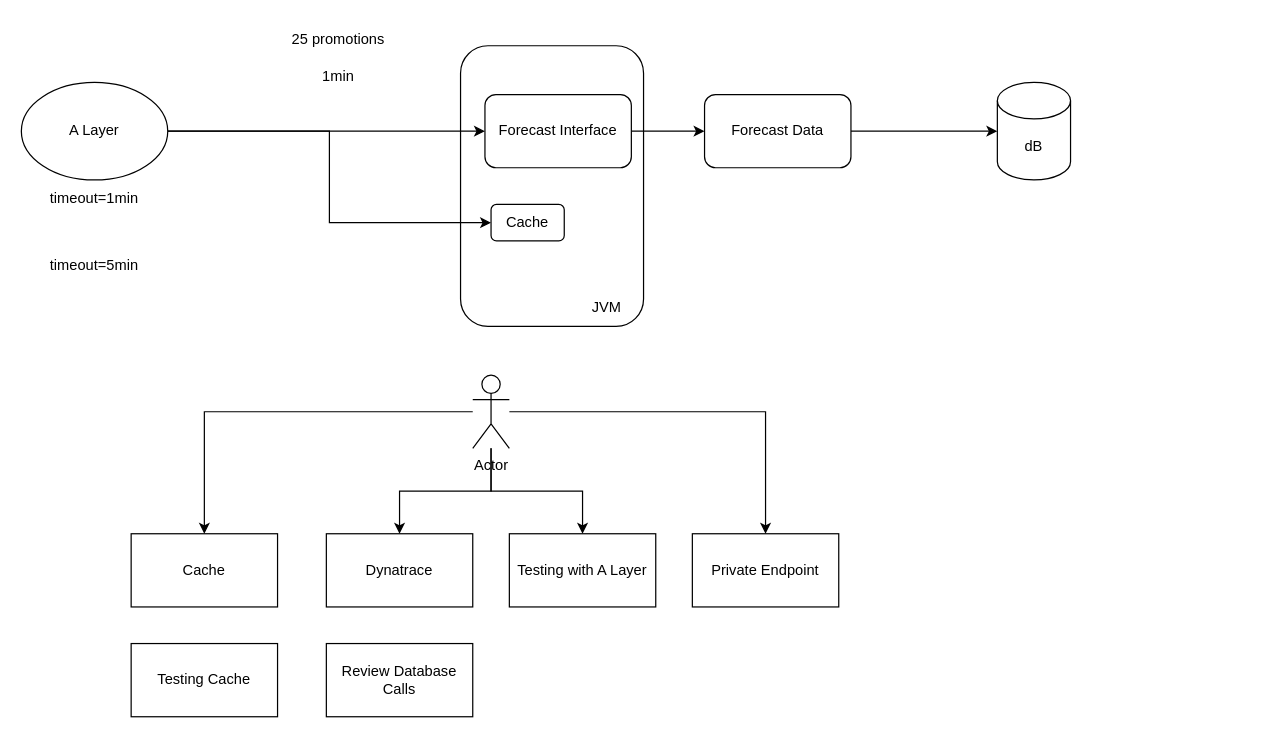
This is kroger.drawio from aayush-tuladhar-kr/drawio, a draw.io file, before an edit. Source tidied: cells renumbered, new cells numbered last; positions are measured from the earlier drawing's top-left corner, leaving out a move shared by most shapes. Both pictures are drawn from the tidied source at 122%, with x=0, y=0 at pixel (21, 21).
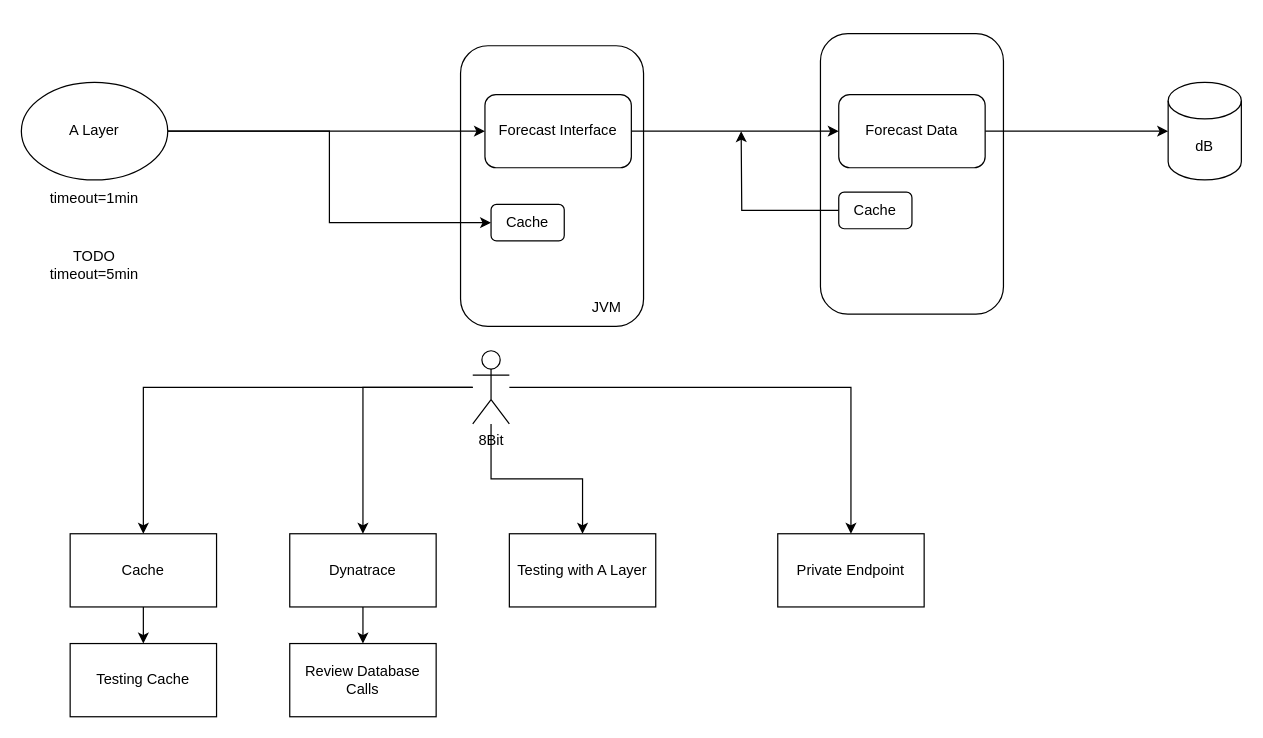
After the change.

Change to the diagram source:
```diff
@@
+    <mxCell id="28" style="rounded=1;whiteSpace=wrap;html=1;" parent="1" vertex="1">
+      <mxGeometry x="655" y="10" width="150" height="230" as="geometry" />
+    </mxCell>
@@
     <mxCell id="6" value="Forecast Data" style="rounded=1;whiteSpace=wrap;html=1;" parent="1" vertex="1">
-      <mxGeometry x="560" y="60" width="120" height="60" as="geometry" />
+      <mxGeometry x="670" y="60" width="120" height="60" as="geometry" />
     </mxCell>
     <mxCell id="7" value="dB" style="shape=cylinder3;whiteSpace=wrap;html=1;boundedLbl=1;backgroundOutline=1;size=15;" parent="1" vertex="1">
-      <mxGeometry x="800" y="50" width="60" height="80" as="geometry" />
+      <mxGeometry x="940" y="50" width="60" height="80" as="geometry" />
     </mxCell>
@@
-    <mxCell id="14" value="1min" style="text;html=1;align=center;verticalAlign=middle;whiteSpace=wrap;rounded=0;" parent="1" vertex="1">
-      <mxGeometry x="230" y="30" width="60" height="30" as="geometry" />
-    </mxCell>
-    <mxCell id="15" value="25 promotions" style="text;html=1;align=center;verticalAlign=middle;whiteSpace=wrap;rounded=0;" parent="1" vertex="1">
-      <mxGeometry x="200" width="120" height="30" as="geometry" />
-    </mxCell>
-    <mxCell id="16" value="timeout=5min" style="text;html=1;align=center;verticalAlign=middle;whiteSpace=wrap;rounded=0;" parent="1" vertex="1">
+    <mxCell id="16" value="TODO&lt;br&gt;timeout=5min" style="text;html=1;align=center;verticalAlign=middle;whiteSpace=wrap;rounded=0;" parent="1" vertex="1">
       <mxGeometry x="30" y="185" width="60" height="30" as="geometry" />
     </mxCell>
+    <mxCell id="29" style="edgeStyle=orthogonalEdgeStyle;rounded=0;jettySize=auto;html=1;entryX=0.5;entryY=0;entryDx=0;entryDy=0;" parent="1" edge="1" source="17" target="27">
+      <mxGeometry relative="1" as="geometry" />
+    </mxCell>
     <mxCell id="17" value="Cache" style="rounded=0;whiteSpace=wrap;html=1;" parent="1" vertex="1">
-      <mxGeometry x="90" y="420" width="120" height="60" as="geometry" />
+      <mxGeometry x="40" y="420" width="120" height="60" as="geometry" />
     </mxCell>
+    <mxCell id="30" style="edgeStyle=orthogonalEdgeStyle;rounded=0;jettySize=auto;html=1;" parent="1" edge="1" source="18" target="21">
+      <mxGeometry relative="1" as="geometry" />
+    </mxCell>
     <mxCell id="18" value="Dynatrace" style="rounded=0;whiteSpace=wrap;html=1;" parent="1" vertex="1">
-      <mxGeometry x="250" y="420" width="120" height="60" as="geometry" />
+      <mxGeometry x="220" y="420" width="120" height="60" as="geometry" />
     </mxCell>
@@
     <mxCell id="20" value="Private Endpoint" style="rounded=0;whiteSpace=wrap;html=1;" parent="1" vertex="1">
-      <mxGeometry x="550" y="420" width="120" height="60" as="geometry" />
+      <mxGeometry x="620" y="420" width="120" height="60" as="geometry" />
     </mxCell>
     <mxCell id="21" value="Review Database Calls" style="rounded=0;whiteSpace=wrap;html=1;" parent="1" vertex="1">
-      <mxGeometry x="250" y="510" width="120" height="60" as="geometry" />
+      <mxGeometry x="220" y="510" width="120" height="60" as="geometry" />
     </mxCell>
@@
-    <mxCell id="26" value="Actor" style="shape=umlActor;verticalLabelPosition=bottom;verticalAlign=top;html=1;outlineConnect=0;" parent="1" vertex="1">
-      <mxGeometry x="370" y="290" width="30" height="60" as="geometry" />
+    <mxCell id="26" value="8Bit" style="shape=umlActor;verticalLabelPosition=bottom;verticalAlign=top;html=1;outlineConnect=0;" parent="1" vertex="1">
+      <mxGeometry x="370" y="270" width="30" height="60" as="geometry" />
     </mxCell>
     <mxCell id="27" value="Testing Cache" style="rounded=0;whiteSpace=wrap;html=1;" parent="1" vertex="1">
-      <mxGeometry x="90" y="510" width="120" height="60" as="geometry" />
+      <mxGeometry x="40" y="510" width="120" height="60" as="geometry" />
     </mxCell>
+    <mxCell id="31" style="edgeStyle=orthogonalEdgeStyle;rounded=0;jettySize=auto;html=1;" parent="1" edge="1" source="32">
+      <mxGeometry relative="1" as="geometry">
+        <mxPoint x="590" y="90" as="targetPoint" />
+      </mxGeometry>
+    </mxCell>
+    <mxCell id="32" value="Cache" style="rounded=1;whiteSpace=wrap;html=1;" parent="1" vertex="1">
+      <mxGeometry x="670" y="140" width="60" height="30" as="geometry" />
+    </mxCell>
```
